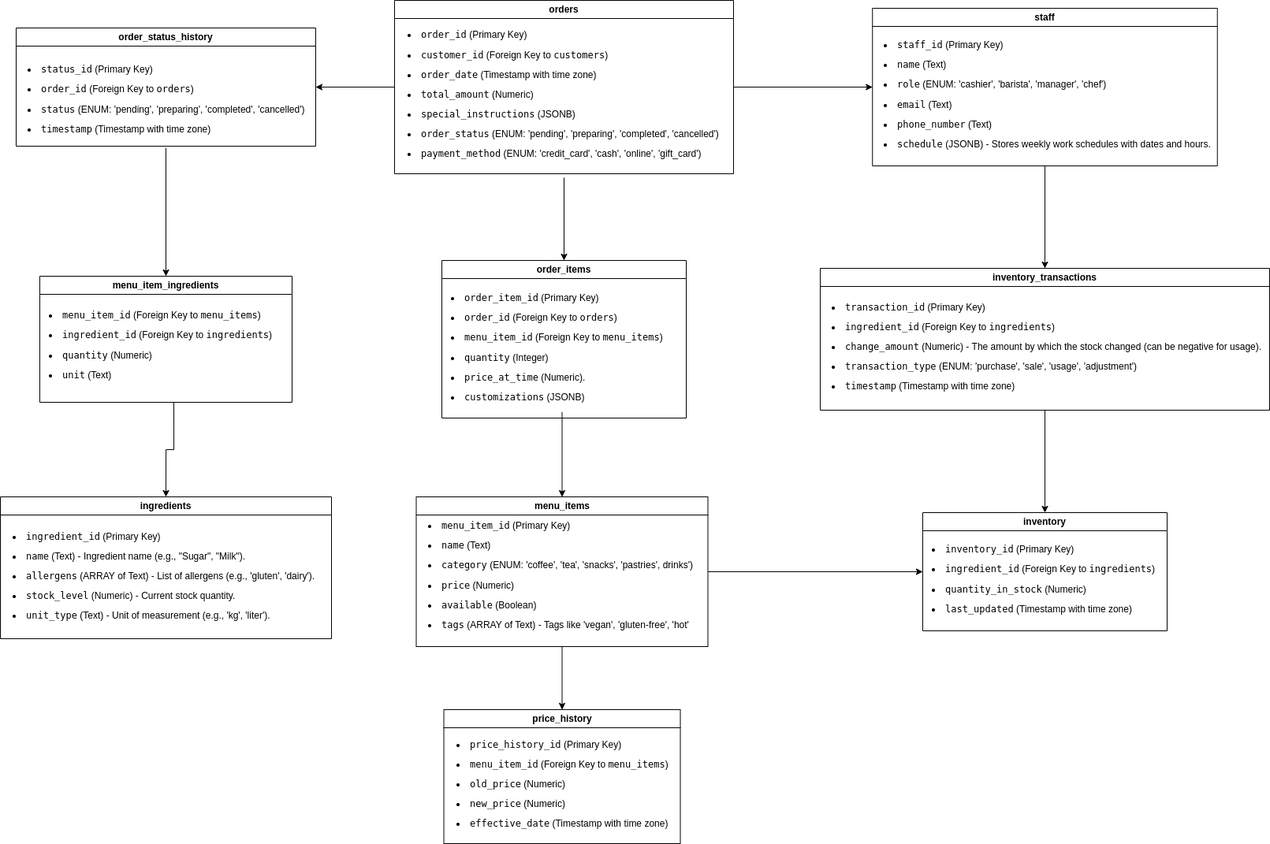
Before: coffeeERD.png, a diagram exported from draw.io (akydyrbay/coffee). Source tidied: cells renumbered, new cells last; positions are measured from the earlier drawing's top-left corner, leaving out a move shared by most shapes.
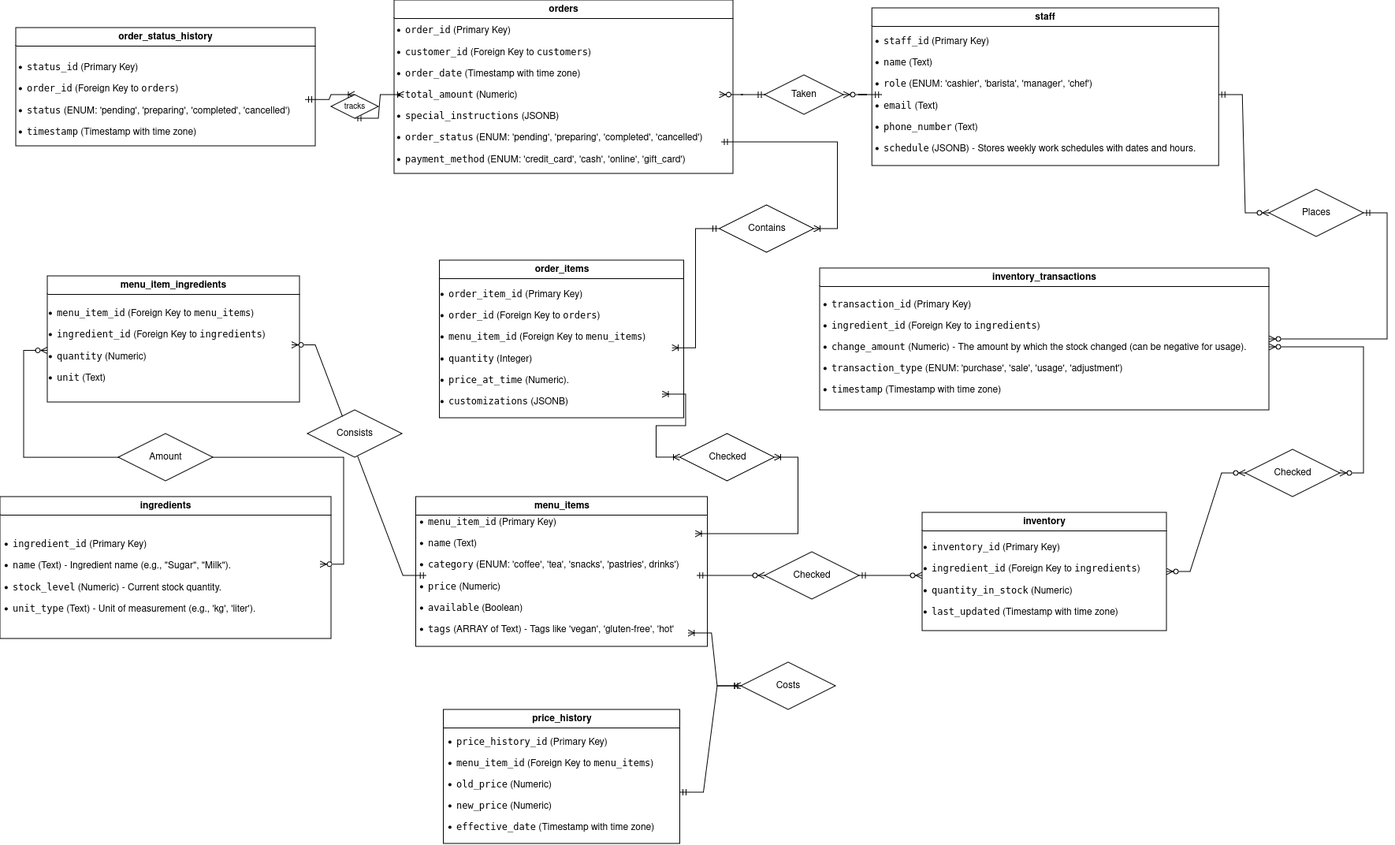
Above is the later version.

Change to the diagram source:
```diff
@@ -4,8 +4,2 @@
     <mxCell id="1" parent="0" />
-    <mxCell id="2" style="edgeStyle=orthogonalEdgeStyle;rounded=0;jettySize=auto;html=1;exitX=0;exitY=0.5;exitDx=0;exitDy=0;entryX=1;entryY=0.5;entryDx=0;entryDy=0;" parent="1" edge="1" source="4" target="18">
-      <mxGeometry relative="1" as="geometry" />
-    </mxCell>
-    <mxCell id="3" style="edgeStyle=orthogonalEdgeStyle;rounded=0;jettySize=auto;html=1;exitX=1;exitY=0.5;exitDx=0;exitDy=0;entryX=0;entryY=0.5;entryDx=0;entryDy=0;" parent="1" edge="1" source="4" target="26">
-      <mxGeometry relative="1" as="geometry" />
-    </mxCell>
     <mxCell id="4" value="orders" style="swimlane;whiteSpace=wrap;html=1;" parent="1" vertex="1">
@@ -13,7 +7,4 @@
     </mxCell>
-    <mxCell id="5" value="&lt;li style=&quot;white-space: nowrap; line-height: 210%;&quot;&gt;&lt;code&gt;order_id&lt;/code&gt;&amp;nbsp;(Primary Key)&lt;/li&gt;&lt;li style=&quot;white-space: nowrap; line-height: 210%;&quot;&gt;&lt;code&gt;customer_id&lt;/code&gt;&amp;nbsp;(Foreign Key to&amp;nbsp;&lt;code&gt;customers&lt;/code&gt;)&amp;nbsp;&amp;nbsp;&lt;/li&gt;&lt;li style=&quot;white-space: nowrap; line-height: 210%;&quot;&gt;&lt;code&gt;order_date&lt;/code&gt;&amp;nbsp;(Timestamp with time zone)&lt;/li&gt;&lt;li style=&quot;white-space: nowrap; line-height: 210%;&quot;&gt;&lt;code&gt;total_amount&lt;/code&gt;&amp;nbsp;(Numeric)&lt;/li&gt;&lt;li style=&quot;white-space: nowrap; line-height: 210%;&quot;&gt;&lt;code&gt;special_instructions&lt;/code&gt;&amp;nbsp;(JSONB)&lt;/li&gt;&lt;li style=&quot;white-space: nowrap; line-height: 210%;&quot;&gt;&lt;code&gt;order_status&lt;/code&gt;&amp;nbsp;(ENUM: 'pending', 'preparing', 'completed', 'cancelled')&amp;nbsp;&lt;/li&gt;&lt;li style=&quot;white-space: nowrap; line-height: 210%;&quot;&gt;&lt;code&gt;payment_method&lt;/code&gt;&amp;nbsp;(ENUM: 'credit_card', 'cash', 'online', 'gift_card')&amp;nbsp;&lt;/li&gt;" style="text;html=1;align=left;verticalAlign=middle;whiteSpace=wrap;rounded=0;" parent="4" vertex="1">
-      <mxGeometry x="15" y="15" width="400" height="210" as="geometry" />
-    </mxCell>
     <mxCell id="6" value="order_items" style="swimlane;whiteSpace=wrap;html=1;" parent="1" vertex="1">
-      <mxGeometry x="560" y="330" width="310" height="200" as="geometry" />
+      <mxGeometry x="557.5" y="330" width="310" height="200" as="geometry" />
     </mxCell>
@@ -22,8 +13,2 @@
     </mxCell>
-    <mxCell id="8" style="edgeStyle=orthogonalEdgeStyle;rounded=0;jettySize=auto;html=1;exitX=0.5;exitY=1;exitDx=0;exitDy=0;entryX=0.5;entryY=0;entryDx=0;entryDy=0;" parent="1" edge="1" source="10" target="20">
-      <mxGeometry relative="1" as="geometry" />
-    </mxCell>
-    <mxCell id="9" style="edgeStyle=orthogonalEdgeStyle;rounded=0;jettySize=auto;html=1;exitX=1;exitY=0.5;exitDx=0;exitDy=0;entryX=0;entryY=0.5;entryDx=0;entryDy=0;" parent="1" edge="1" source="10" target="16">
-      <mxGeometry relative="1" as="geometry" />
-    </mxCell>
     <mxCell id="10" value="menu_items" style="swimlane;whiteSpace=wrap;html=1;" parent="1" vertex="1">
@@ -35,6 +20,6 @@
     <mxCell id="12" value="menu_item_ingredients" style="swimlane;whiteSpace=wrap;html=1;" parent="1" vertex="1">
-      <mxGeometry x="50" y="350" width="320" height="160" as="geometry" />
+      <mxGeometry x="60" y="350" width="320" height="160" as="geometry" />
     </mxCell>
     <mxCell id="13" value="&lt;li style=&quot;white-space: nowrap; line-height: 210%;&quot;&gt;&lt;code style=&quot;background-color: initial; white-space: normal;&quot;&gt;menu_item_id&lt;/code&gt;&lt;span style=&quot;background-color: initial; white-space: normal;&quot;&gt; (Foreign Key to &lt;/span&gt;&lt;code style=&quot;background-color: initial; white-space: normal;&quot;&gt;menu_items&lt;/code&gt;&lt;span style=&quot;background-color: initial; white-space: normal;&quot;&gt;)&lt;/span&gt;&lt;br&gt;&lt;/li&gt;&lt;li style=&quot;line-height: 210%;&quot;&gt;&lt;code&gt;ingredient_id&lt;/code&gt; (Foreign Key to &lt;code&gt;ingredients&lt;/code&gt;)&lt;/li&gt;&lt;li style=&quot;line-height: 210%;&quot;&gt;&lt;code&gt;quantity&lt;/code&gt; (Numeric)&lt;/li&gt;&lt;li style=&quot;line-height: 210%;&quot;&gt;&lt;code&gt;unit&lt;/code&gt; (Text)&lt;/li&gt;" style="text;html=1;align=left;verticalAlign=middle;whiteSpace=wrap;rounded=0;" parent="12" vertex="1">
-      <mxGeometry x="10" y="15" width="320" height="145" as="geometry" />
+      <mxGeometry x="10" y="15" width="300" height="145" as="geometry" />
     </mxCell>
@@ -43,3 +28,3 @@
     </mxCell>
-    <mxCell id="15" value="&lt;li style=&quot;white-space: nowrap; line-height: 210%;&quot;&gt;&lt;code style=&quot;background-color: initial; white-space: normal;&quot;&gt;ingredient_id&lt;/code&gt;&lt;span style=&quot;background-color: initial; white-space: normal;&quot;&gt; (Primary Key)&lt;/span&gt;&lt;br&gt;&lt;/li&gt;&lt;li style=&quot;line-height: 210%;&quot;&gt;&lt;code&gt;name&lt;/code&gt; (Text) - Ingredient name (e.g., &quot;Sugar&quot;, &quot;Milk&quot;).&lt;/li&gt;&lt;li style=&quot;line-height: 210%;&quot;&gt;&lt;code&gt;allergens&lt;/code&gt; (ARRAY of Text) - List of allergens (e.g., 'gluten', 'dairy').&lt;/li&gt;&lt;li style=&quot;line-height: 210%;&quot;&gt;&lt;code&gt;stock_level&lt;/code&gt; (Numeric) - Current stock quantity.&lt;/li&gt;&lt;li style=&quot;line-height: 210%;&quot;&gt;&lt;code&gt;unit_type&lt;/code&gt; (Text) - Unit of measurement (e.g., 'kg', 'liter').&lt;/li&gt;" style="text;html=1;align=left;verticalAlign=middle;whiteSpace=wrap;rounded=0;" parent="14" vertex="1">
+    <mxCell id="15" value="&lt;li style=&quot;white-space: nowrap; line-height: 210%;&quot;&gt;&lt;code style=&quot;background-color: initial; white-space: normal;&quot;&gt;ingredient_id&lt;/code&gt;&lt;span style=&quot;background-color: initial; white-space: normal;&quot;&gt; (Primary Key)&lt;/span&gt;&lt;br&gt;&lt;/li&gt;&lt;li style=&quot;line-height: 210%;&quot;&gt;&lt;code&gt;name&lt;/code&gt; (Text) - Ingredient name (e.g., &quot;Sugar&quot;, &quot;Milk&quot;).&lt;/li&gt;&lt;li style=&quot;line-height: 210%;&quot;&gt;&lt;code&gt;stock_level&lt;/code&gt; (Numeric) - Current stock quantity.&lt;/li&gt;&lt;li style=&quot;line-height: 210%;&quot;&gt;&lt;code&gt;unit_type&lt;/code&gt; (Text) - Unit of measurement (e.g., 'kg', 'liter').&lt;/li&gt;" style="text;html=1;align=left;verticalAlign=middle;whiteSpace=wrap;rounded=0;" parent="14" vertex="1">
       <mxGeometry x="14" y="20" width="392" height="162.5" as="geometry" />
@@ -64,5 +49,2 @@
     </mxCell>
-    <mxCell id="22" style="edgeStyle=orthogonalEdgeStyle;rounded=0;jettySize=auto;html=1;exitX=0.5;exitY=1;exitDx=0;exitDy=0;entryX=0.5;entryY=0;entryDx=0;entryDy=0;" parent="1" edge="1" source="23" target="16">
-      <mxGeometry relative="1" as="geometry" />
-    </mxCell>
     <mxCell id="23" value="inventory_transactions" style="swimlane;whiteSpace=wrap;html=1;" parent="1" vertex="1">
@@ -71,25 +53,131 @@
     <mxCell id="24" value="&lt;li style=&quot;white-space: nowrap; line-height: 210%;&quot;&gt;&lt;code style=&quot;background-color: initial; white-space: normal;&quot;&gt;transaction_id&lt;/code&gt;&lt;span style=&quot;background-color: initial; white-space: normal;&quot;&gt; (Primary Key)&lt;/span&gt;&lt;br&gt;&lt;/li&gt;&lt;li style=&quot;line-height: 210%;&quot;&gt;&lt;code&gt;ingredient_id&lt;/code&gt; (Foreign Key to &lt;code&gt;ingredients&lt;/code&gt;)&lt;/li&gt;&lt;li style=&quot;line-height: 210%;&quot;&gt;&lt;code&gt;change_amount&lt;/code&gt; (Numeric) - The amount by which the stock changed (can be negative for usage).&lt;/li&gt;&lt;li style=&quot;line-height: 210%;&quot;&gt;&lt;code&gt;transaction_type&lt;/code&gt; (ENUM: 'purchase', 'sale', 'usage', 'adjustment')&lt;/li&gt;&lt;li style=&quot;line-height: 210%;&quot;&gt;&lt;code&gt;timestamp&lt;/code&gt; (Timestamp with time zone)&lt;/li&gt;" style="text;html=1;align=left;verticalAlign=middle;whiteSpace=wrap;rounded=0;" parent="23" vertex="1">
-      <mxGeometry x="12.5" y="30" width="552" height="140" as="geometry" />
+      <mxGeometry x="12.5" y="30" width="557.5" height="140" as="geometry" />
     </mxCell>
-    <mxCell id="25" style="edgeStyle=orthogonalEdgeStyle;rounded=0;jettySize=auto;html=1;exitX=0.5;exitY=1;exitDx=0;exitDy=0;entryX=0.5;entryY=0;entryDx=0;entryDy=0;" parent="1" edge="1" source="26" target="23">
-      <mxGeometry relative="1" as="geometry" />
-    </mxCell>
     <mxCell id="26" value="staff" style="swimlane;whiteSpace=wrap;html=1;" parent="1" vertex="1">
-      <mxGeometry x="1106.2" y="10" width="437.5" height="200" as="geometry" />
+      <mxGeometry x="1106.2" y="10" width="440" height="200" as="geometry" />
     </mxCell>
     <mxCell id="27" value="&lt;li style=&quot;white-space: nowrap; line-height: 210%;&quot;&gt;&lt;code style=&quot;background-color: initial; white-space: normal;&quot;&gt;staff_id&lt;/code&gt;&lt;span style=&quot;background-color: initial; white-space: normal;&quot;&gt; (Primary Key)&lt;/span&gt;&lt;br&gt;&lt;/li&gt;&lt;li style=&quot;line-height: 210%;&quot;&gt;&lt;code&gt;name&lt;/code&gt; (Text)&lt;/li&gt;&lt;li style=&quot;line-height: 210%;&quot;&gt;&lt;code&gt;role&lt;/code&gt; (ENUM: 'cashier', 'barista', 'manager', 'chef')&lt;/li&gt;&lt;li style=&quot;line-height: 210%;&quot;&gt;&lt;code&gt;email&lt;/code&gt; (Text)&lt;/li&gt;&lt;li style=&quot;line-height: 210%;&quot;&gt;&lt;code&gt;phone_number&lt;/code&gt; (Text)&lt;/li&gt;&lt;li style=&quot;line-height: 210%;&quot;&gt;&lt;code&gt;schedule&lt;/code&gt; (JSONB) - Stores weekly work schedules with dates and hours.&lt;/li&gt;" style="text;html=1;align=left;verticalAlign=middle;whiteSpace=wrap;rounded=0;" parent="26" vertex="1">
-      <mxGeometry x="12.5" y="40" width="437.5" height="140" as="geometry" />
+      <mxGeometry x="12.5" y="40" width="427.5" height="140" as="geometry" />
     </mxCell>
-    <mxCell id="28" style="edgeStyle=orthogonalEdgeStyle;rounded=0;jettySize=auto;html=1;exitX=0.5;exitY=1;exitDx=0;exitDy=0;entryX=0.5;entryY=0;entryDx=0;entryDy=0;" parent="1" edge="1" source="5" target="6">
-      <mxGeometry relative="1" as="geometry" />
-    </mxCell>
-    <mxCell id="29" style="edgeStyle=orthogonalEdgeStyle;rounded=0;jettySize=auto;html=1;exitX=0.5;exitY=1;exitDx=0;exitDy=0;entryX=0.5;entryY=0;entryDx=0;entryDy=0;" parent="1" edge="1" source="19" target="12">
-      <mxGeometry relative="1" as="geometry" />
-    </mxCell>
-    <mxCell id="30" style="edgeStyle=orthogonalEdgeStyle;rounded=0;jettySize=auto;html=1;exitX=0.5;exitY=1;exitDx=0;exitDy=0;entryX=0.5;entryY=0;entryDx=0;entryDy=0;" parent="1" edge="1" source="13" target="14">
-      <mxGeometry relative="1" as="geometry" />
-    </mxCell>
-    <mxCell id="31" style="edgeStyle=orthogonalEdgeStyle;rounded=0;jettySize=auto;html=1;exitX=0.5;exitY=1;exitDx=0;exitDy=0;entryX=0.5;entryY=0;entryDx=0;entryDy=0;" parent="1" edge="1" source="7" target="10">
-      <mxGeometry relative="1" as="geometry" />
-    </mxCell>
+    <mxCell id="5" value="&lt;li style=&quot;white-space: nowrap; line-height: 210%;&quot;&gt;&lt;code&gt;order_id&lt;/code&gt;&amp;nbsp;(Primary Key)&lt;/li&gt;&lt;li style=&quot;white-space: nowrap; line-height: 210%;&quot;&gt;&lt;code&gt;customer_id&lt;/code&gt;&amp;nbsp;(Foreign Key to&amp;nbsp;&lt;code&gt;customers&lt;/code&gt;)&lt;/li&gt;&lt;li style=&quot;white-space: nowrap; line-height: 210%;&quot;&gt;&lt;code&gt;order_date&lt;/code&gt;&amp;nbsp;(Timestamp with time zone)&lt;/li&gt;&lt;li style=&quot;white-space: nowrap; line-height: 210%;&quot;&gt;&lt;code&gt;total_amount&lt;/code&gt;&amp;nbsp;(Numeric)&lt;/li&gt;&lt;li style=&quot;white-space: nowrap; line-height: 210%;&quot;&gt;&lt;code&gt;special_instructions&lt;/code&gt;&amp;nbsp;(JSONB)&lt;/li&gt;&lt;li style=&quot;white-space: nowrap; line-height: 210%;&quot;&gt;&lt;code&gt;order_status&lt;/code&gt;&amp;nbsp;(ENUM: 'pending', 'preparing', 'completed', 'cancelled')&amp;nbsp;&lt;/li&gt;&lt;li style=&quot;white-space: nowrap; line-height: 210%;&quot;&gt;&lt;code&gt;payment_method&lt;/code&gt;&amp;nbsp;(ENUM: 'credit_card', 'cash', 'online', 'gift_card')&amp;nbsp;&lt;/li&gt;" style="text;html=1;align=left;verticalAlign=middle;whiteSpace=wrap;rounded=0;" parent="1" vertex="1">
+      <mxGeometry x="512.5" y="15" width="400" height="210" as="geometry" />
+    </mxCell>
+    <mxCell id="32" style="edgeStyle=entityRelationEdgeStyle;fontSize=12;html=1;endArrow=ERoneToMany;startArrow=ERmandOne;rounded=0;exitX=0;exitY=0.5;exitDx=0;exitDy=0;" parent="1" edge="1" source="34" target="7">
+      <mxGeometry relative="1" as="geometry">
+        <Array as="points">
+          <mxPoint x="670" y="270" />
+          <mxPoint x="890" y="340" />
+          <mxPoint x="810" y="340" />
+          <mxPoint x="883" y="330" />
+          <mxPoint x="920" y="420" />
+          <mxPoint x="900" y="410" />
+          <mxPoint x="890" y="340" />
+          <mxPoint x="730" y="260" />
+        </Array>
+      </mxGeometry>
+    </mxCell>
+    <mxCell id="33" style="edgeStyle=entityRelationEdgeStyle;fontSize=12;html=1;endArrow=ERoneToMany;startArrow=ERmandOne;rounded=0;" parent="1" edge="1" target="34">
+      <mxGeometry relative="1" as="geometry">
+        <mxPoint x="915" y="180" as="sourcePoint" />
+      </mxGeometry>
+    </mxCell>
+    <mxCell id="34" value="Contains" style="shape=rhombus;perimeter=rhombusPerimeter;whiteSpace=wrap;html=1;align=center;" parent="1" vertex="1">
+      <mxGeometry x="912.5" y="260" width="120" height="60" as="geometry" />
+    </mxCell>
+    <mxCell id="35" style="edgeStyle=entityRelationEdgeStyle;fontSize=12;html=1;endArrow=ERoneToMany;startArrow=ERoneToMany;rounded=0;entryX=0.956;entryY=0.862;entryDx=0;entryDy=0;entryPerimeter=0;" parent="1" edge="1" source="37" target="7">
+      <mxGeometry relative="1" as="geometry" />
+    </mxCell>
+    <mxCell id="36" style="edgeStyle=entityRelationEdgeStyle;fontSize=12;html=1;endArrow=ERoneToMany;startArrow=ERoneToMany;rounded=0;" parent="1" edge="1" target="37">
+      <mxGeometry relative="1" as="geometry">
+        <mxPoint x="882" y="677" as="sourcePoint" />
+      </mxGeometry>
+    </mxCell>
+    <mxCell id="37" value="Checked" style="shape=rhombus;perimeter=rhombusPerimeter;whiteSpace=wrap;html=1;align=center;" parent="1" vertex="1">
+      <mxGeometry x="862.5" y="550" width="120" height="60" as="geometry" />
+    </mxCell>
+    <mxCell id="38" style="edgeStyle=entityRelationEdgeStyle;fontSize=12;html=1;endArrow=ERoneToMany;startArrow=ERmandOne;rounded=0;entryX=0.968;entryY=1.012;entryDx=0;entryDy=0;entryPerimeter=0;" parent="1" edge="1" source="40" target="11">
+      <mxGeometry relative="1" as="geometry">
+        <Array as="points">
+          <mxPoint x="950" y="870" />
+          <mxPoint x="700" y="870" />
+        </Array>
+      </mxGeometry>
+    </mxCell>
+    <mxCell id="39" style="edgeStyle=entityRelationEdgeStyle;fontSize=12;html=1;endArrow=ERoneToMany;startArrow=ERmandOne;rounded=0;" parent="1" edge="1" target="40">
+      <mxGeometry relative="1" as="geometry">
+        <mxPoint x="862.5" y="1005" as="sourcePoint" />
+        <Array as="points">
+          <mxPoint x="860" y="670" />
+        </Array>
+      </mxGeometry>
+    </mxCell>
+    <mxCell id="40" value="Costs" style="shape=rhombus;perimeter=rhombusPerimeter;whiteSpace=wrap;html=1;align=center;" parent="1" vertex="1">
+      <mxGeometry x="940" y="840" width="120" height="60" as="geometry" />
+    </mxCell>
+    <mxCell id="41" style="edgeStyle=entityRelationEdgeStyle;fontSize=12;html=1;endArrow=ERzeroToMany;startArrow=ERmandOne;rounded=0;exitX=0;exitY=0.5;exitDx=0;exitDy=0;" parent="1" edge="1" source="11" target="13">
+      <mxGeometry relative="1" as="geometry" />
+    </mxCell>
+    <mxCell id="42" style="edgeStyle=entityRelationEdgeStyle;fontSize=12;html=1;endArrow=ERzeroToMany;startArrow=ERmandOne;rounded=0;" parent="1" edge="1" source="57">
+      <mxGeometry relative="1" as="geometry">
+        <mxPoint x="1170" y="730" as="targetPoint" />
+      </mxGeometry>
+    </mxCell>
+    <mxCell id="43" style="edgeStyle=entityRelationEdgeStyle;fontSize=12;html=1;endArrow=ERzeroToMany;endFill=1;startArrow=ERzeroToMany;rounded=0;" parent="1" edge="1">
+      <mxGeometry relative="1" as="geometry">
+        <mxPoint x="406" y="715.6" as="sourcePoint" />
+        <mxPoint x="60" y="444.4" as="targetPoint" />
+      </mxGeometry>
+    </mxCell>
+    <mxCell id="44" style="edgeStyle=entityRelationEdgeStyle;fontSize=12;html=1;endArrow=ERoneToMany;startArrow=ERmandOne;rounded=0;exitX=0.5;exitY=1;exitDx=0;exitDy=0;" parent="1" edge="1" source="46" target="5">
+      <mxGeometry relative="1" as="geometry" />
+    </mxCell>
+    <mxCell id="45" style="edgeStyle=entityRelationEdgeStyle;fontSize=12;html=1;endArrow=ERoneToMany;startArrow=ERmandOne;rounded=0;entryX=0.5;entryY=0;entryDx=0;entryDy=0;" parent="1" edge="1" source="19" target="46">
+      <mxGeometry relative="1" as="geometry">
+        <Array as="points">
+          <mxPoint x="440" y="80" />
+        </Array>
+      </mxGeometry>
+    </mxCell>
+    <mxCell id="46" value="&lt;font style=&quot;font-size: 10px;&quot;&gt;tracks&lt;/font&gt;" style="shape=rhombus;perimeter=rhombusPerimeter;whiteSpace=wrap;html=1;align=center;" parent="1" vertex="1">
+      <mxGeometry x="420" y="120" width="60" height="30" as="geometry" />
+    </mxCell>
+    <mxCell id="47" style="edgeStyle=entityRelationEdgeStyle;fontSize=12;html=1;endArrow=ERzeroToMany;endFill=1;startArrow=ERzeroToMany;rounded=0;" parent="1" edge="1" source="55" target="24">
+      <mxGeometry relative="1" as="geometry" />
+    </mxCell>
+    <mxCell id="48" style="edgeStyle=entityRelationEdgeStyle;fontSize=12;html=1;endArrow=ERzeroToMany;startArrow=ERmandOne;rounded=0;" parent="1" edge="1" source="53" target="23">
+      <mxGeometry relative="1" as="geometry" />
+    </mxCell>
+    <mxCell id="49" style="edgeStyle=entityRelationEdgeStyle;fontSize=12;html=1;endArrow=ERzeroToMany;startArrow=ERmandOne;rounded=0;" parent="1" edge="1" source="51" target="5">
+      <mxGeometry relative="1" as="geometry" />
+    </mxCell>
+    <mxCell id="50" style="edgeStyle=entityRelationEdgeStyle;fontSize=12;html=1;endArrow=ERzeroToMany;startArrow=ERmandOne;rounded=0;" parent="1" edge="1" source="27" target="51">
+      <mxGeometry relative="1" as="geometry" />
+    </mxCell>
+    <mxCell id="51" value="Taken" style="shape=rhombus;perimeter=rhombusPerimeter;whiteSpace=wrap;html=1;align=center;" parent="1" vertex="1">
+      <mxGeometry x="970" y="95" width="100" height="50" as="geometry" />
+    </mxCell>
+    <mxCell id="52" style="edgeStyle=entityRelationEdgeStyle;fontSize=12;html=1;endArrow=ERzeroToMany;startArrow=ERmandOne;rounded=0;" parent="1" edge="1" source="27" target="53">
+      <mxGeometry relative="1" as="geometry" />
+    </mxCell>
+    <mxCell id="53" value="Places" style="shape=rhombus;perimeter=rhombusPerimeter;whiteSpace=wrap;html=1;align=center;" parent="1" vertex="1">
+      <mxGeometry x="1610" y="240" width="120" height="60" as="geometry" />
+    </mxCell>
+    <mxCell id="54" style="edgeStyle=entityRelationEdgeStyle;fontSize=12;html=1;endArrow=ERzeroToMany;endFill=1;startArrow=ERzeroToMany;rounded=0;" parent="1" edge="1" source="16" target="55">
+      <mxGeometry relative="1" as="geometry" />
+    </mxCell>
+    <mxCell id="55" value="Checked" style="shape=rhombus;perimeter=rhombusPerimeter;whiteSpace=wrap;html=1;align=center;" parent="1" vertex="1">
+      <mxGeometry x="1580" y="570" width="120" height="60" as="geometry" />
+    </mxCell>
+    <mxCell id="56" style="edgeStyle=entityRelationEdgeStyle;fontSize=12;html=1;endArrow=ERzeroToMany;startArrow=ERmandOne;rounded=0;" parent="1" edge="1" source="11" target="57">
+      <mxGeometry relative="1" as="geometry" />
+    </mxCell>
+    <mxCell id="57" value="Checked" style="shape=rhombus;perimeter=rhombusPerimeter;whiteSpace=wrap;html=1;align=center;" parent="1" vertex="1">
+      <mxGeometry x="970" y="700" width="120" height="60" as="geometry" />
+    </mxCell>
+    <mxCell id="58" value="Consists" style="shape=rhombus;perimeter=rhombusPerimeter;whiteSpace=wrap;html=1;align=center;" parent="1" vertex="1">
+      <mxGeometry x="390" y="520" width="120" height="60" as="geometry" />
+    </mxCell>
+    <mxCell id="59" value="Amount" style="shape=rhombus;perimeter=rhombusPerimeter;whiteSpace=wrap;html=1;align=center;" parent="1" vertex="1">
+      <mxGeometry x="150" y="550" width="120" height="60" as="geometry" />
+    </mxCell>
   </root>
```
